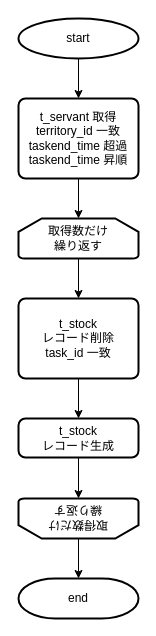
Above: page "タスク" (3 of 4) of table.drawio in T-Miyaoka/geeklog (draw.io), before the change. Source tidied: cells renumbered, new cells numbered last; positions are measured from the earlier drawing's top-left corner, leaving out a move shared by most shapes. Both pictures are drawn from the tidied source at 100%, with x=0, y=0 at pixel (18, 18).
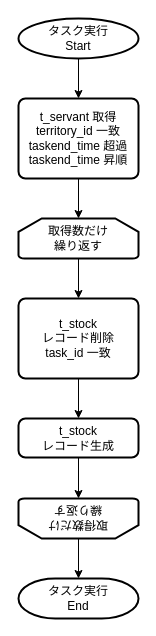
Above is the later version.

The edit, as a diff of the source:
```diff
@@
 <mxGraphModel>
   <root>
     <mxCell id="0" />
     <mxCell id="1" parent="0" />
     <mxCell id="2" style="edgeStyle=orthogonalEdgeStyle;rounded=0;jettySize=auto;html=1;" parent="1" edge="1" source="3" target="4">
       <mxGeometry relative="1" as="geometry" />
     </mxCell>
     <mxCell id="3" value="&lt;div style=&quot;&quot;&gt;&lt;font style=&quot;font-size: 12px;&quot;&gt;&lt;span style=&quot;text-wrap: nowrap; background-color: initial;&quot;&gt;t_servant&lt;/span&gt;&lt;span style=&quot;text-wrap: nowrap;&quot;&gt;&lt;font style=&quot;font-size: 12px;&quot;&gt;&amp;nbsp;&lt;/font&gt;&lt;/span&gt;&lt;span style=&quot;text-wrap: nowrap; background-color: initial;&quot;&gt;取得&lt;/span&gt;&lt;/font&gt;&lt;/div&gt;&lt;div&gt;&lt;font style=&quot;font-size: 12px;&quot;&gt;&lt;span style=&quot;text-wrap: nowrap;&quot;&gt;territory&lt;/span&gt;&lt;span style=&quot;text-align: left;&quot;&gt;_id 一致&lt;/span&gt;&lt;/font&gt;&lt;/div&gt;&lt;div&gt;&lt;font style=&quot;font-size: 12px;&quot;&gt;&lt;font style=&quot;font-size: 12px;&quot;&gt;&lt;span style=&quot;text-align: left; background-color: initial;&quot;&gt;taskend_time&lt;/span&gt;&lt;span style=&quot;text-wrap: nowrap; background-color: rgb(255, 255, 255);&quot;&gt;&amp;nbsp;超過&lt;/span&gt;&lt;/font&gt;&lt;span style=&quot;font-size: 12px; text-align: left;&quot;&gt;&lt;br&gt;&lt;/span&gt;&lt;/font&gt;&lt;/div&gt;&lt;div&gt;&lt;font style=&quot;font-size: 12px;&quot;&gt;&lt;font style=&quot;font-size: 12px;&quot;&gt;&lt;span style=&quot;text-align: left;&quot;&gt;taskend_time 昇順&lt;/span&gt;&lt;span style=&quot;text-wrap: nowrap; background-color: rgb(255, 255, 255);&quot;&gt;&lt;br&gt;&lt;/span&gt;&lt;/font&gt;&lt;/font&gt;&lt;/div&gt;" style="rounded=1;whiteSpace=wrap;html=1;absoluteArcSize=1;arcSize=14;strokeWidth=2;" parent="1" vertex="1">
       <mxGeometry y="80" width="120" height="80" as="geometry" />
     </mxCell>
     <mxCell id="4" value="取得数だけ&lt;div&gt;繰り返す&lt;/div&gt;" style="strokeWidth=2;html=1;shape=mxgraph.flowchart.loop_limit;whiteSpace=wrap;" parent="1" vertex="1">
       <mxGeometry y="200" width="120" height="40" as="geometry" />
     </mxCell>
     <mxCell id="5" style="edgeStyle=orthogonalEdgeStyle;rounded=0;jettySize=auto;html=1;" parent="1" edge="1" source="6" target="3">
       <mxGeometry relative="1" as="geometry" />
     </mxCell>
-    <mxCell id="6" value="start" style="strokeWidth=2;html=1;shape=mxgraph.flowchart.start_1;whiteSpace=wrap;" parent="1" vertex="1">
+    <mxCell id="6" value="タスク実行&lt;div&gt;Start&lt;/div&gt;" style="strokeWidth=2;html=1;shape=mxgraph.flowchart.start_1;whiteSpace=wrap;" parent="1" vertex="1">
       <mxGeometry width="120" height="40" as="geometry" />
     </mxCell>
     <mxCell id="7" style="edgeStyle=orthogonalEdgeStyle;rounded=0;jettySize=auto;html=1;entryX=0.5;entryY=0;entryDx=0;entryDy=0;" parent="1" edge="1" source="4" target="12">
       <mxGeometry relative="1" as="geometry" />
     </mxCell>
     <mxCell id="8" value="&lt;div&gt;&lt;span style=&quot;text-wrap: nowrap; background-color: initial;&quot;&gt;t_stock&lt;/span&gt;&lt;br&gt;&lt;/div&gt;&lt;div&gt;&lt;span style=&quot;text-wrap: nowrap;&quot;&gt;レコード生成&lt;/span&gt;&lt;/div&gt;" style="rounded=1;whiteSpace=wrap;html=1;absoluteArcSize=1;arcSize=14;strokeWidth=2;" parent="1" vertex="1">
       <mxGeometry y="400" width="120" height="39" as="geometry" />
     </mxCell>
     <mxCell id="9" value="取得数だけ&lt;div&gt;繰り返す&lt;/div&gt;" style="strokeWidth=2;html=1;shape=mxgraph.flowchart.loop_limit;whiteSpace=wrap;rotation=-180;" parent="1" vertex="1">
       <mxGeometry y="480" width="120" height="40" as="geometry" />
     </mxCell>
     <mxCell id="10" style="edgeStyle=orthogonalEdgeStyle;rounded=0;jettySize=auto;html=1;entryX=0.5;entryY=1;entryDx=0;entryDy=0;entryPerimeter=0;" parent="1" edge="1" source="8" target="9">
       <mxGeometry relative="1" as="geometry" />
     </mxCell>
     <mxCell id="11" style="edgeStyle=orthogonalEdgeStyle;rounded=0;jettySize=auto;html=1;" parent="1" edge="1" source="12" target="8">
       <mxGeometry relative="1" as="geometry" />
     </mxCell>
     <mxCell id="12" value="&lt;div&gt;&lt;span style=&quot;text-wrap: nowrap; background-color: initial;&quot;&gt;t_stock&lt;/span&gt;&lt;br&gt;&lt;/div&gt;&lt;div&gt;&lt;span style=&quot;text-wrap: nowrap; background-color: initial;&quot;&gt;レコード削除&lt;/span&gt;&lt;/div&gt;&lt;div&gt;&lt;span style=&quot;text-wrap: nowrap;&quot;&gt;task_id 一致&lt;/span&gt;&lt;span style=&quot;text-wrap: nowrap; background-color: initial;&quot;&gt;&lt;br&gt;&lt;/span&gt;&lt;/div&gt;" style="rounded=1;whiteSpace=wrap;html=1;absoluteArcSize=1;arcSize=14;strokeWidth=2;" parent="1" vertex="1">
       <mxGeometry y="280" width="120" height="80" as="geometry" />
     </mxCell>
-    <mxCell id="13" value="end" style="strokeWidth=2;html=1;shape=mxgraph.flowchart.terminator;whiteSpace=wrap;" parent="1" vertex="1">
+    <mxCell id="13" value="タスク実行&lt;div&gt;End&lt;/div&gt;" style="strokeWidth=2;html=1;shape=mxgraph.flowchart.terminator;whiteSpace=wrap;" parent="1" vertex="1">
       <mxGeometry y="560" width="120" height="40" as="geometry" />
     </mxCell>
     <mxCell id="14" style="edgeStyle=orthogonalEdgeStyle;rounded=0;jettySize=auto;html=1;entryX=0.5;entryY=0;entryDx=0;entryDy=0;entryPerimeter=0;" parent="1" edge="1" source="9" target="13">
       <mxGeometry relative="1" as="geometry" />
     </mxCell>
   </root>
 </mxGraphModel>
```
